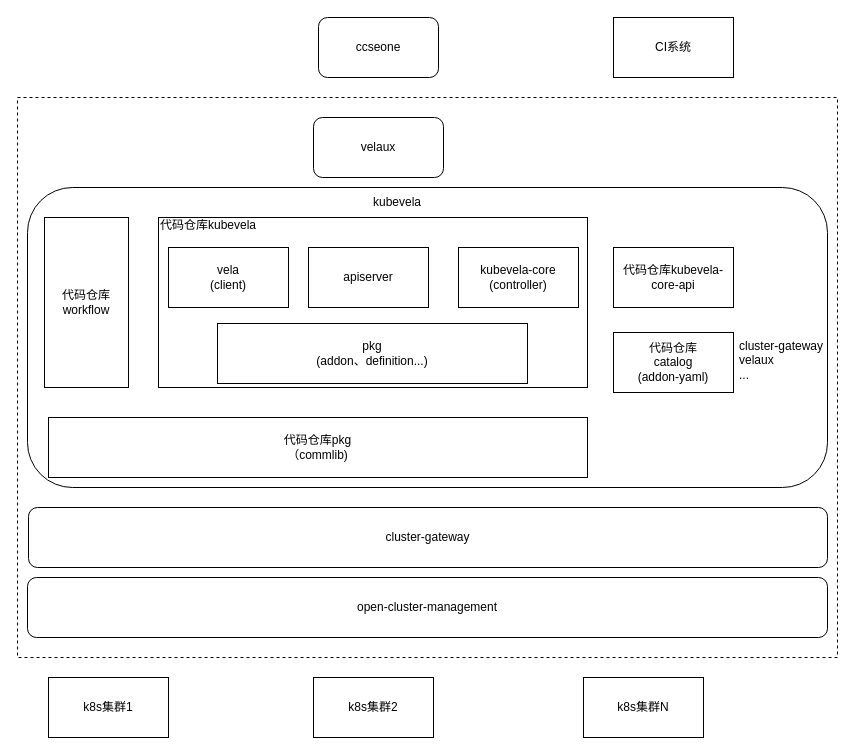
Before: page "第 3 页" (3 of 3) of drawio/ccseone迭代1.1.0.drawio in Tiny-VS-Lina/ccse, a draw.io diagram. Source tidied: cells renumbered, new cells numbered last; positions are measured from the earlier drawing's top-left corner, leaving out a move shared by most shapes. Both pictures are drawn from the tidied source at 100%, with x=0, y=0 at pixel (17, 17).
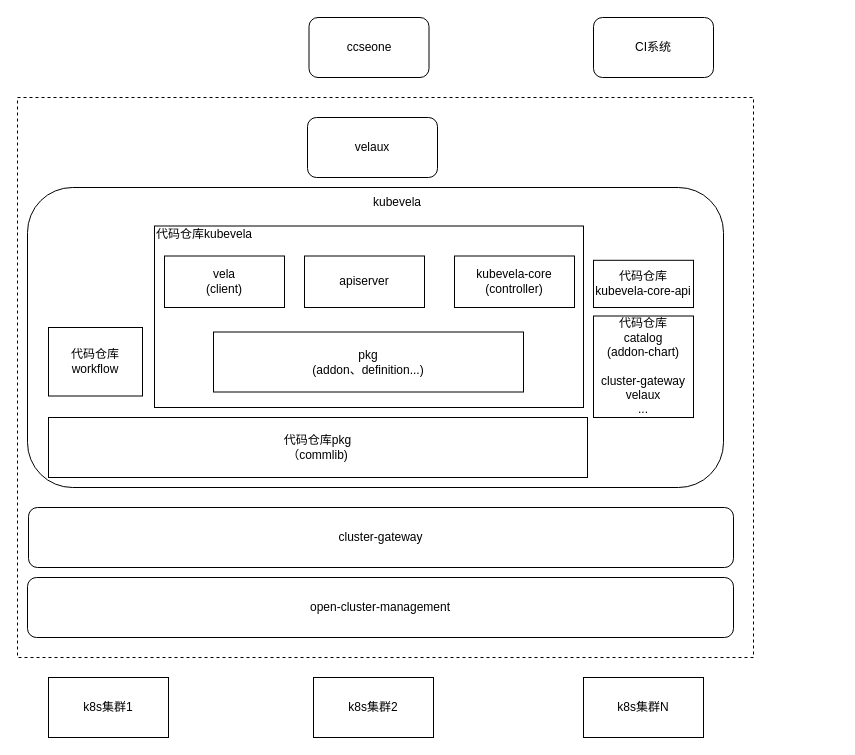
After the change.

Change to the diagram source:
```diff
@@
     <mxCell id="2" style="rounded=0;whiteSpace=wrap;html=1;dashed=1;" parent="1" vertex="1">
-      <mxGeometry y="80" width="820" height="560" as="geometry" />
+      <mxGeometry y="80" width="736" height="560" as="geometry" />
     </mxCell>
     <mxCell id="3" style="rounded=1;whiteSpace=wrap;html=1;" parent="1" vertex="1">
-      <mxGeometry x="10" y="170" width="800" height="300" as="geometry" />
+      <mxGeometry x="10" y="170" width="696" height="300" as="geometry" />
     </mxCell>
     <mxCell id="4" style="rounded=0;whiteSpace=wrap;html=1;" parent="1" vertex="1">
-      <mxGeometry x="141" y="200" width="429" height="170" as="geometry" />
+      <mxGeometry x="137" y="208.5" width="429" height="181.5" as="geometry" />
     </mxCell>
     <mxCell id="5" value="apiserver" style="rounded=0;whiteSpace=wrap;html=1;" parent="1" vertex="1">
-      <mxGeometry x="291" y="230" width="120" height="60" as="geometry" />
+      <mxGeometry x="287" y="238.5" width="120" height="51.5" as="geometry" />
     </mxCell>
     <mxCell id="6" value="kubevela-core&lt;br&gt;(controller)" style="rounded=0;whiteSpace=wrap;html=1;" parent="1" vertex="1">
-      <mxGeometry x="441" y="230" width="120" height="60" as="geometry" />
+      <mxGeometry x="437" y="238.5" width="120" height="51.5" as="geometry" />
     </mxCell>
     <mxCell id="7" value="vela&lt;br&gt;(client)" style="rounded=0;whiteSpace=wrap;html=1;" parent="1" vertex="1">
-      <mxGeometry x="151" y="230" width="120" height="60" as="geometry" />
+      <mxGeometry x="147" y="238.5" width="120" height="51.5" as="geometry" />
     </mxCell>
     <mxCell id="8" value="pkg&lt;br&gt;(addon、definition...)" style="rounded=0;whiteSpace=wrap;html=1;" parent="1" vertex="1">
-      <mxGeometry x="200" y="306" width="310" height="60" as="geometry" />
+      <mxGeometry x="196" y="314.5" width="310" height="60" as="geometry" />
     </mxCell>
     <mxCell id="9" value="代码仓库workflow" style="rounded=0;whiteSpace=wrap;html=1;" parent="1" vertex="1">
-      <mxGeometry x="27" y="200" width="84" height="170" as="geometry" />
+      <mxGeometry x="31" y="310" width="94" height="68.5" as="geometry" />
     </mxCell>
@@
     <mxCell id="11" value="代码仓库kubevela" style="text;html=1;strokeColor=none;fillColor=none;align=center;verticalAlign=middle;whiteSpace=wrap;rounded=0;" parent="1" vertex="1">
-      <mxGeometry x="141" y="193" width="100" height="30" as="geometry" />
+      <mxGeometry x="137" y="201.5" width="100" height="30" as="geometry" />
     </mxCell>
-    <mxCell id="12" value="代码仓库kubevela-core-api&lt;br&gt;" style="rounded=0;whiteSpace=wrap;html=1;" parent="1" vertex="1">
-      <mxGeometry x="596" y="230" width="120" height="60" as="geometry" />
-    </mxCell>
-    <mxCell id="13" value="代码仓库&lt;br&gt;catalog&lt;br&gt;(addon-yaml)" style="rounded=0;whiteSpace=wrap;html=1;" parent="1" vertex="1">
-      <mxGeometry x="596" y="315" width="120" height="60" as="geometry" />
+    <mxCell id="13" value="代码仓库&lt;br&gt;catalog&lt;br&gt;(addon-chart)&lt;br&gt;&lt;br&gt;cluster-gateway&lt;br&gt;velaux&lt;br&gt;..." style="rounded=0;whiteSpace=wrap;html=1;" parent="1" vertex="1">
+      <mxGeometry x="576" y="298.5" width="100" height="101.5" as="geometry" />
     </mxCell>
-    <mxCell id="14" value="cluster-gateway&lt;br&gt;velaux&lt;br&gt;..." style="text;html=1;strokeColor=none;fillColor=none;align=left;verticalAlign=middle;whiteSpace=wrap;rounded=0;" parent="1" vertex="1">
-      <mxGeometry x="720" y="315" width="100" height="55" as="geometry" />
-    </mxCell>
@@
     <mxCell id="16" value="cluster-gateway" style="rounded=1;whiteSpace=wrap;html=1;" parent="1" vertex="1">
-      <mxGeometry x="11" y="490" width="799" height="60" as="geometry" />
+      <mxGeometry x="11" y="490" width="705" height="60" as="geometry" />
     </mxCell>
     <mxCell id="17" value="open-cluster-management" style="rounded=1;whiteSpace=wrap;html=1;" parent="1" vertex="1">
-      <mxGeometry x="10" y="560" width="800" height="60" as="geometry" />
+      <mxGeometry x="10" y="560" width="706" height="60" as="geometry" />
     </mxCell>
     <mxCell id="18" value="velaux" style="rounded=1;whiteSpace=wrap;html=1;" parent="1" vertex="1">
-      <mxGeometry x="296" y="100" width="130" height="60" as="geometry" />
+      <mxGeometry x="290" y="100" width="130" height="60" as="geometry" />
     </mxCell>
@@
+    <mxCell id="23" value="ccseone" style="rounded=1;whiteSpace=wrap;html=1;" parent="1" vertex="1">
+      <mxGeometry x="291.5" width="120" height="60" as="geometry" />
+    </mxCell>
-    <mxCell id="22" value="CI系统" style="rounded=0;whiteSpace=wrap;html=1;" parent="1" vertex="1">
-      <mxGeometry x="596" width="120" height="60" as="geometry" />
+    <mxCell id="22" value="CI系统" style="rounded=1;whiteSpace=wrap;html=1;" parent="1" vertex="1">
+      <mxGeometry x="576" width="120" height="60" as="geometry" />
     </mxCell>
-    <mxCell id="23" value="ccseone" style="rounded=1;whiteSpace=wrap;html=1;" parent="1" vertex="1">
-      <mxGeometry x="301" width="120" height="60" as="geometry" />
-    </mxCell>
+    <mxCell id="12" value="代码仓库kubevela-core-api" style="rounded=0;whiteSpace=wrap;html=1;" parent="1" vertex="1">
+      <mxGeometry x="576" y="242.8" width="100" height="47.2" as="geometry" />
+    </mxCell>
```
